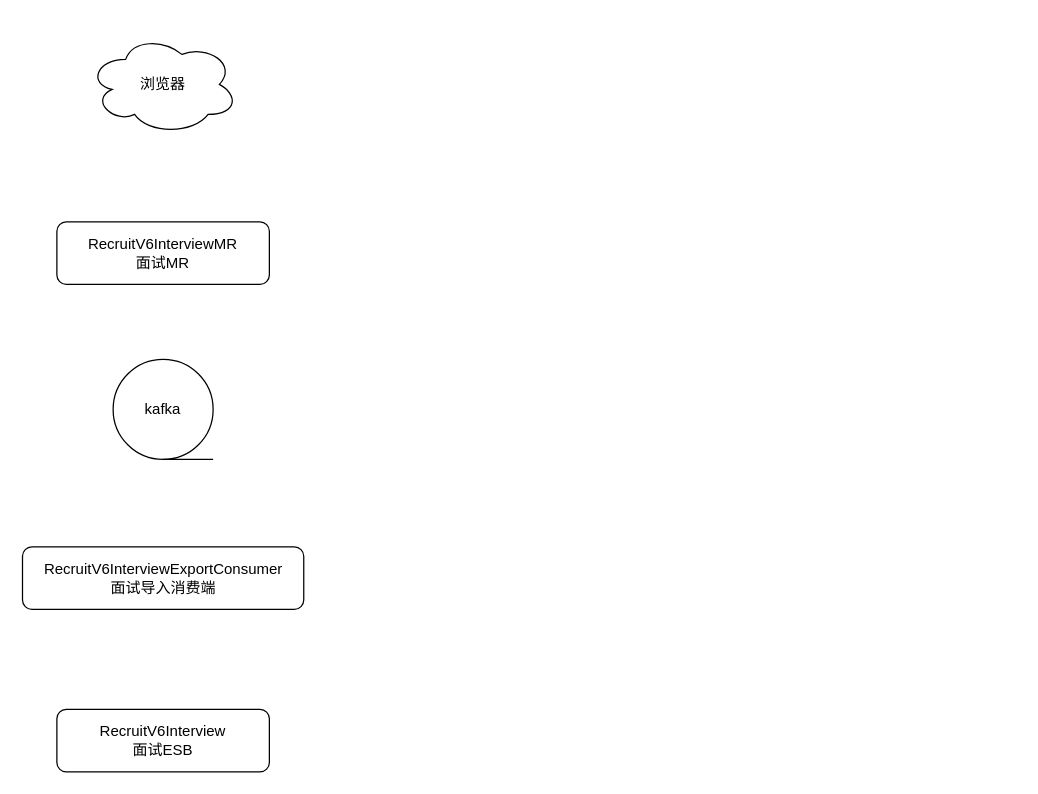
Earlier version of the draw.io diagram 11月迭代.drawio (mozhu33/Diagrams). Source tidied: cells renumbered, new cells numbered last; positions are measured from the earlier drawing's top-left corner, leaving out a move shared by most shapes. Both pictures are drawn from the tidied source at 125%, with x=0, y=0 at pixel (22, 34).
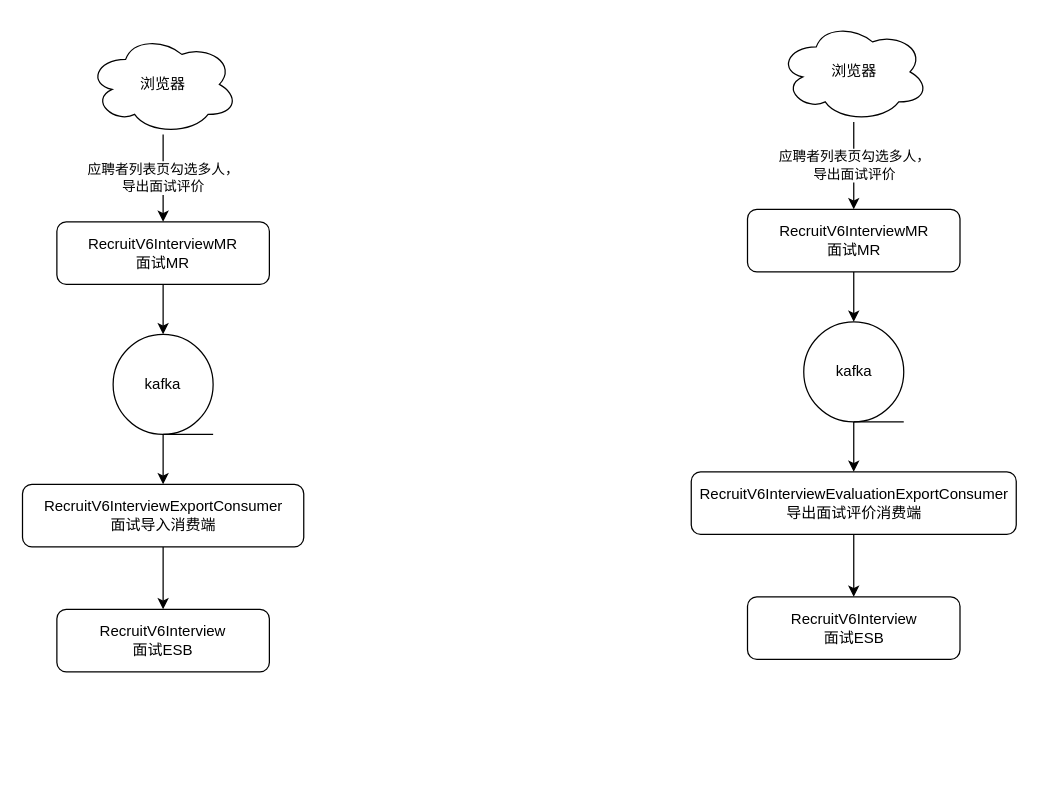
Above is the later version.

What changed in the source:
```diff
@@
 <mxGraphModel>
   <root>
     <mxCell id="0" />
     <mxCell id="1" parent="0" />
+    <mxCell id="7" value="应聘者列表页勾选多人，&lt;br&gt;导出面试评价" style="edgeStyle=orthogonalEdgeStyle;rounded=0;jettySize=auto;html=1;" parent="1" edge="1" source="2" target="3">
+      <mxGeometry relative="1" as="geometry" />
+    </mxCell>
     <mxCell id="2" value="浏览器" style="ellipse;shape=cloud;whiteSpace=wrap;html=1;" parent="1" vertex="1">
       <mxGeometry x="52" width="120" height="80" as="geometry" />
     </mxCell>
+    <mxCell id="8" style="edgeStyle=orthogonalEdgeStyle;rounded=0;jettySize=auto;html=1;" parent="1" edge="1" source="3" target="4">
+      <mxGeometry relative="1" as="geometry" />
+    </mxCell>
     <mxCell id="3" value="RecruitV6InterviewMR&lt;br&gt;面试MR" style="rounded=1;whiteSpace=wrap;html=1;" parent="1" vertex="1">
       <mxGeometry x="27" y="150" width="170" height="50" as="geometry" />
     </mxCell>
+    <mxCell id="9" style="edgeStyle=orthogonalEdgeStyle;rounded=0;jettySize=auto;html=1;" parent="1" edge="1" source="4" target="5">
+      <mxGeometry relative="1" as="geometry" />
+    </mxCell>
     <mxCell id="4" value="kafka" style="shape=tapeData;whiteSpace=wrap;html=1;perimeter=ellipsePerimeter;" parent="1" vertex="1">
-      <mxGeometry x="72" y="260" width="80" height="80" as="geometry" />
+      <mxGeometry x="72" y="240" width="80" height="80" as="geometry" />
     </mxCell>
+    <mxCell id="10" style="edgeStyle=orthogonalEdgeStyle;rounded=0;jettySize=auto;html=1;" parent="1" edge="1" source="5" target="6">
+      <mxGeometry relative="1" as="geometry" />
+    </mxCell>
     <mxCell id="5" value="RecruitV6InterviewExportConsumer&lt;br&gt;面试导入消费端" style="rounded=1;whiteSpace=wrap;html=1;" parent="1" vertex="1">
-      <mxGeometry x="-0.5" y="410" width="225" height="50" as="geometry" />
+      <mxGeometry x="-0.5" y="360" width="225" height="50" as="geometry" />
     </mxCell>
     <mxCell id="6" value="RecruitV6Interview&lt;br&gt;面试ESB" style="rounded=1;whiteSpace=wrap;html=1;" parent="1" vertex="1">
-      <mxGeometry x="27" y="540" width="170" height="50" as="geometry" />
+      <mxGeometry x="27" y="460" width="170" height="50" as="geometry" />
     </mxCell>
+    <mxCell id="11" value="应聘者列表页勾选多人，&lt;br&gt;导出面试评价" style="edgeStyle=orthogonalEdgeStyle;rounded=0;jettySize=auto;html=1;" parent="1" edge="1" source="12" target="14">
+      <mxGeometry relative="1" as="geometry" />
+    </mxCell>
+    <mxCell id="12" value="浏览器" style="ellipse;shape=cloud;whiteSpace=wrap;html=1;" parent="1" vertex="1">
+      <mxGeometry x="604.5" y="-10" width="120" height="80" as="geometry" />
+    </mxCell>
+    <mxCell id="13" style="edgeStyle=orthogonalEdgeStyle;rounded=0;jettySize=auto;html=1;" parent="1" edge="1" source="14" target="16">
+      <mxGeometry relative="1" as="geometry" />
+    </mxCell>
+    <mxCell id="14" value="RecruitV6InterviewMR&lt;br&gt;面试MR" style="rounded=1;whiteSpace=wrap;html=1;" parent="1" vertex="1">
+      <mxGeometry x="579.5" y="140" width="170" height="50" as="geometry" />
+    </mxCell>
+    <mxCell id="15" style="edgeStyle=orthogonalEdgeStyle;rounded=0;jettySize=auto;html=1;" parent="1" edge="1" source="16" target="18">
+      <mxGeometry relative="1" as="geometry" />
+    </mxCell>
+    <mxCell id="16" value="kafka" style="shape=tapeData;whiteSpace=wrap;html=1;perimeter=ellipsePerimeter;" parent="1" vertex="1">
+      <mxGeometry x="624.5" y="230" width="80" height="80" as="geometry" />
+    </mxCell>
+    <mxCell id="17" style="edgeStyle=orthogonalEdgeStyle;rounded=0;jettySize=auto;html=1;" parent="1" edge="1" source="18" target="19">
+      <mxGeometry relative="1" as="geometry" />
+    </mxCell>
+    <mxCell id="18" value="RecruitV6InterviewEvaluationExportConsumer&lt;br&gt;导出面试评价消费端" style="rounded=1;whiteSpace=wrap;html=1;" parent="1" vertex="1">
+      <mxGeometry x="534.5" y="350" width="260" height="50" as="geometry" />
+    </mxCell>
+    <mxCell id="19" value="RecruitV6Interview&lt;br&gt;面试ESB" style="rounded=1;whiteSpace=wrap;html=1;" parent="1" vertex="1">
+      <mxGeometry x="579.5" y="450" width="170" height="50" as="geometry" />
+    </mxCell>
   </root>
 </mxGraphModel>
```
